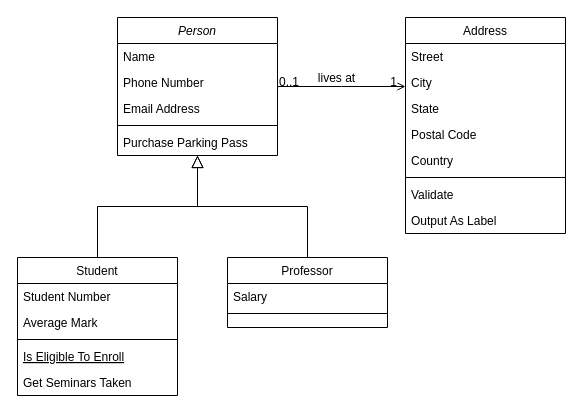
Before: Untitled Diagram.drawio in longanisha/xmind, a draw.io diagram. Source tidied: cells renumbered, new cells numbered last; positions are measured from the earlier drawing's top-left corner, leaving out a move shared by most shapes. Both pictures are drawn from the tidied source at 100%, with x=0, y=0 at pixel (17, 17).
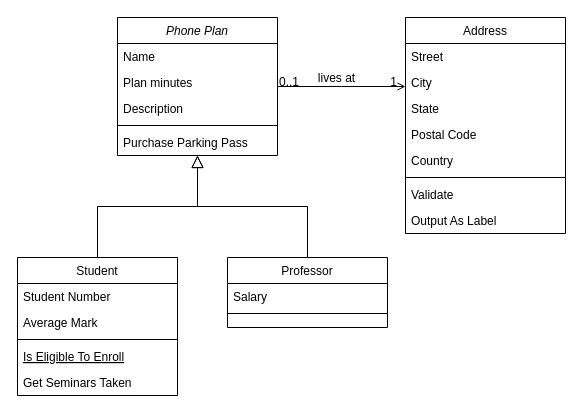
The same page after the edit.

What changed in the source:
```diff
@@
-    <mxCell id="2" value="Person" style="swimlane;fontStyle=2;align=center;verticalAlign=top;horizontal=1;startSize=26;rounded=0;shadow=0;strokeWidth=1;" parent="1" vertex="1">
+    <mxCell id="2" value="Phone Plan&#10;" style="swimlane;fontStyle=2;align=center;verticalAlign=top;horizontal=1;startSize=26;rounded=0;shadow=0;strokeWidth=1;" parent="1" vertex="1">
       <mxGeometry x="100" width="160" height="138" as="geometry" />
     </mxCell>
@@
-    <mxCell id="4" value="Phone Number" style="text;align=left;verticalAlign=top;spacingLeft=4;spacingRight=4;overflow=hidden;rounded=0;shadow=0;html=0;" parent="2" vertex="1">
+    <mxCell id="4" value="Plan minutes" style="text;align=left;verticalAlign=top;spacingLeft=4;spacingRight=4;overflow=hidden;rounded=0;shadow=0;html=0;" parent="2" vertex="1">
       <mxGeometry y="52" width="160" height="26" as="geometry" />
     </mxCell>
-    <mxCell id="5" value="Email Address" style="text;align=left;verticalAlign=top;spacingLeft=4;spacingRight=4;overflow=hidden;rounded=0;shadow=0;html=0;" parent="2" vertex="1">
+    <mxCell id="5" value="Description" style="text;align=left;verticalAlign=top;spacingLeft=4;spacingRight=4;overflow=hidden;rounded=0;shadow=0;html=0;" parent="2" vertex="1">
       <mxGeometry y="78" width="160" height="26" as="geometry" />
     </mxCell>
```
